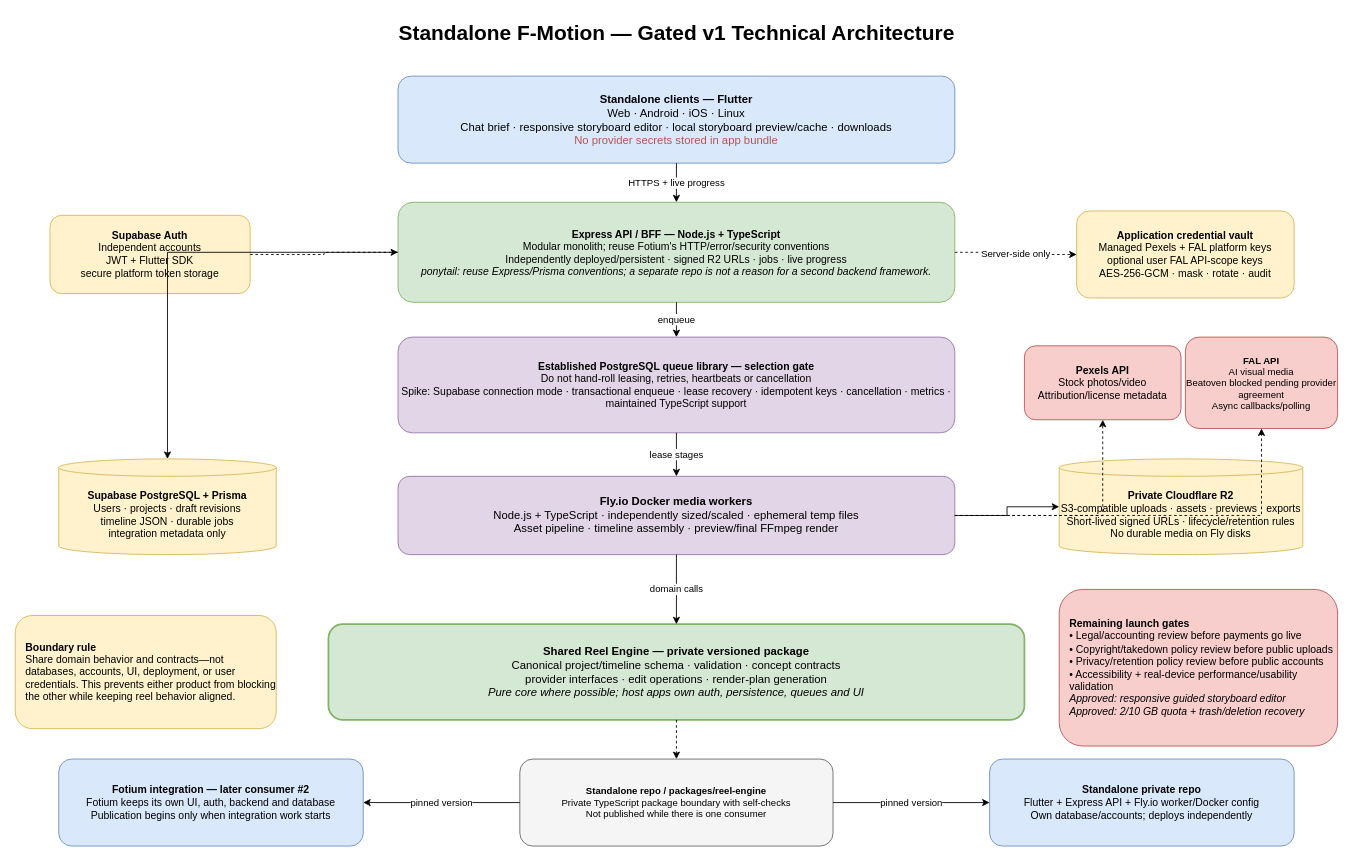
The draw.io diagram page "2. Technical Architecture" (2 of 11) of docs/architecture/f-motion.drawio in ivanillka/f-motion, before the edit. Source tidied: cells renumbered, new cells numbered last; positions are measured from the earlier drawing's top-left corner, leaving out a move shared by most shapes. Both pictures are drawn from the tidied source at 87%, with x=0, y=0 at pixel (15, 15).
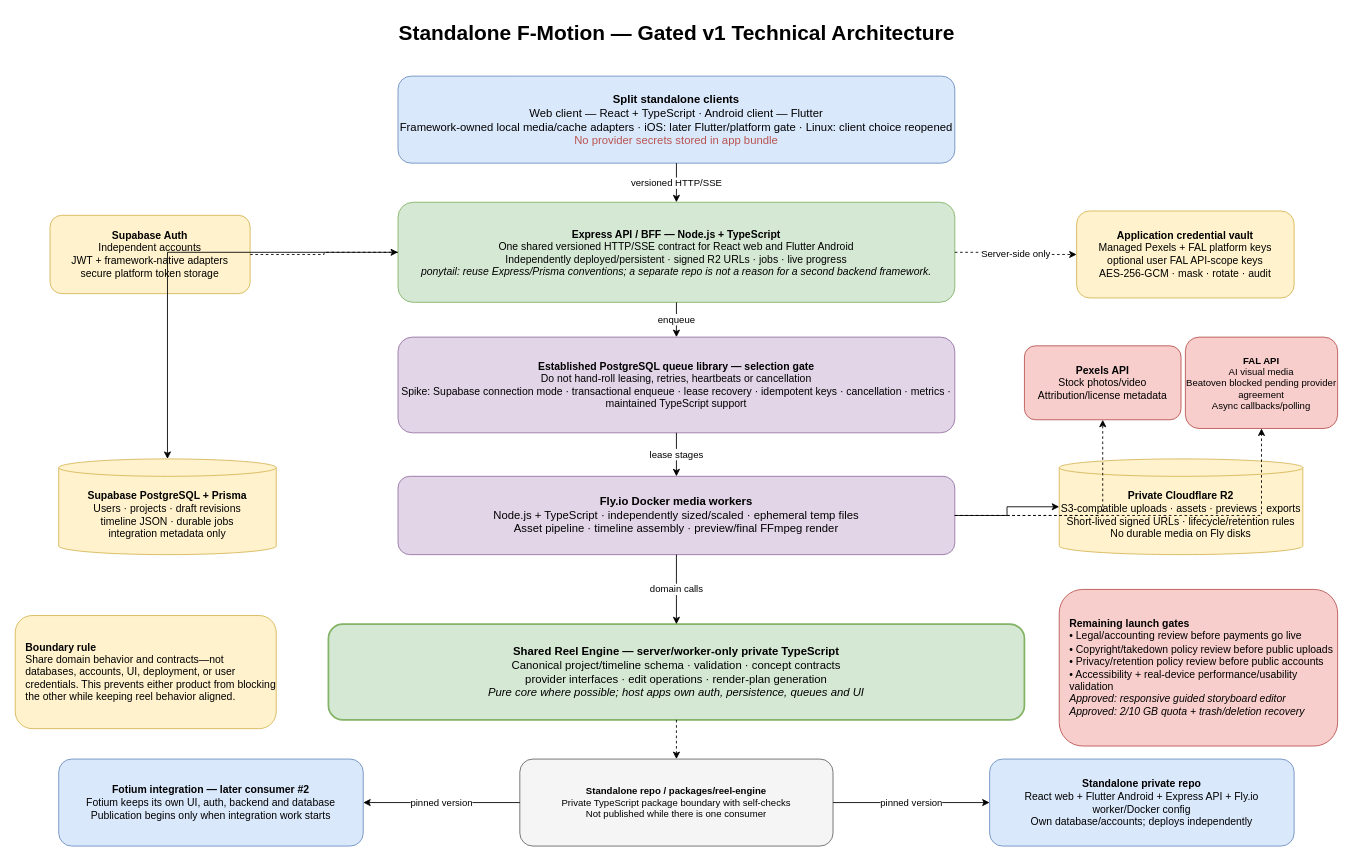
The same page after the edit.

Commit message (it also covers changes not shown here):
docs: freeze split-client boundary

Change to the diagram source:
```diff
@@
-    <mxCell id="3" value="&lt;b&gt;Standalone clients — Flutter&lt;/b&gt;&lt;br&gt;Web · Android · iOS · Linux&lt;br&gt;Chat brief · responsive storyboard editor · local storyboard preview/cache · downloads&lt;br&gt;&lt;font color=&quot;#b85450&quot;&gt;No provider secrets stored in app bundle&lt;/font&gt;" style="rounded=1;whiteSpace=wrap;html=1;fillColor=#dae8fc;strokeColor=#6c8ebf;fontSize=13;" parent="1" vertex="1">
+    <mxCell id="3" value="&lt;b&gt;Split standalone clients&lt;/b&gt;&lt;br&gt;Web client — React + TypeScript · Android client — Flutter&lt;br&gt;Framework-owned local media/cache adapters · iOS: later Flutter/platform gate · Linux: client choice reopened&lt;br&gt;&lt;font color=&quot;#b85450&quot;&gt;No provider secrets stored in app bundle&lt;/font&gt;" style="rounded=1;whiteSpace=wrap;html=1;fillColor=#dae8fc;strokeColor=#6c8ebf;fontSize=13;" parent="1" vertex="1">
       <mxGeometry x="440" y="70" width="640" height="100" as="geometry" />
     </mxCell>
-    <mxCell id="4" value="&lt;b&gt;Express API / BFF — Node.js + TypeScript&lt;/b&gt;&lt;br&gt;Modular monolith; reuse Fotium's HTTP/error/security conventions&lt;br&gt;Independently deployed/persistent · signed R2 URLs · jobs · live progress&lt;br&gt;&lt;i&gt;ponytail: reuse Express/Prisma conventions; a separate repo is not a reason for a second backend framework.&lt;/i&gt;" style="rounded=1;whiteSpace=wrap;html=1;fillColor=#d5e8d4;strokeColor=#82b366;fontSize=12;" parent="1" vertex="1">
+    <mxCell id="4" value="&lt;b&gt;Express API / BFF — Node.js + TypeScript&lt;/b&gt;&lt;br&gt;One shared versioned HTTP/SSE contract for React web and Flutter Android&lt;br&gt;Independently deployed/persistent · signed R2 URLs · jobs · live progress&lt;br&gt;&lt;i&gt;ponytail: reuse Express/Prisma conventions; a separate repo is not a reason for a second backend framework.&lt;/i&gt;" style="rounded=1;whiteSpace=wrap;html=1;fillColor=#d5e8d4;strokeColor=#82b366;fontSize=12;" parent="1" vertex="1">
       <mxGeometry x="440" y="215" width="640" height="115" as="geometry" />
     </mxCell>
-    <mxCell id="5" value="&lt;b&gt;Supabase Auth&lt;/b&gt;&lt;br&gt;Independent accounts&lt;br&gt;JWT + Flutter SDK&lt;br&gt;secure platform token storage" style="rounded=1;whiteSpace=wrap;html=1;fillColor=#fff2cc;strokeColor=#d6b656;fontSize=12;" parent="1" vertex="1">
+    <mxCell id="5" value="&lt;b&gt;Supabase Auth&lt;/b&gt;&lt;br&gt;Independent accounts&lt;br&gt;JWT + framework-native adapters&lt;br&gt;secure platform token storage" style="rounded=1;whiteSpace=wrap;html=1;fillColor=#fff2cc;strokeColor=#d6b656;fontSize=12;" parent="1" vertex="1">
       <mxGeometry x="40" y="230" width="230" height="90" as="geometry" />
     </mxCell>
@@
-    <mxCell id="13" value="&lt;b&gt;Shared Reel Engine — private versioned package&lt;/b&gt;&lt;br&gt;Canonical project/timeline schema · validation · concept contracts&lt;br&gt;provider interfaces · edit operations · render-plan generation&lt;br&gt;&lt;i&gt;Pure core where possible; host apps own auth, persistence, queues and UI&lt;/i&gt;" style="rounded=1;whiteSpace=wrap;html=1;fillColor=#d5e8d4;strokeColor=#82b366;strokeWidth=2;fontSize=13;" parent="1" vertex="1">
+    <mxCell id="13" value="&lt;b&gt;Shared Reel Engine — server/worker-only private TypeScript&lt;/b&gt;&lt;br&gt;Canonical project/timeline schema · validation · concept contracts&lt;br&gt;provider interfaces · edit operations · render-plan generation&lt;br&gt;&lt;i&gt;Pure core where possible; host apps own auth, persistence, queues and UI&lt;/i&gt;" style="rounded=1;whiteSpace=wrap;html=1;fillColor=#d5e8d4;strokeColor=#82b366;strokeWidth=2;fontSize=13;" parent="1" vertex="1">
       <mxGeometry x="360" y="700" width="800" height="110" as="geometry" />
     </mxCell>
@@
-    <mxCell id="16" value="&lt;b&gt;Standalone private repo&lt;/b&gt;&lt;br&gt;Flutter + Express API + Fly.io worker/Docker config&lt;br&gt;Own database/accounts; deploys independently" style="rounded=1;whiteSpace=wrap;html=1;fillColor=#dae8fc;strokeColor=#6c8ebf;fontSize=12;" parent="1" vertex="1">
+    <mxCell id="16" value="&lt;b&gt;Standalone private repo&lt;/b&gt;&lt;br&gt;React web + Flutter Android + Express API + Fly.io worker/Docker config&lt;br&gt;Own database/accounts; deploys independently" style="rounded=1;whiteSpace=wrap;html=1;fillColor=#dae8fc;strokeColor=#6c8ebf;fontSize=12;" parent="1" vertex="1">
       <mxGeometry x="1120" y="855" width="350" height="100" as="geometry" />
     </mxCell>
@@
-    <mxCell id="19" value="HTTPS + live progress" style="edgeStyle=orthogonalEdgeStyle;rounded=0;html=1;" parent="1" edge="1" source="3" target="4">
+    <mxCell id="19" value="versioned HTTP/SSE" style="edgeStyle=orthogonalEdgeStyle;rounded=0;html=1;" parent="1" edge="1" source="3" target="4">
       <mxGeometry relative="1" as="geometry" />
     </mxCell>
```
